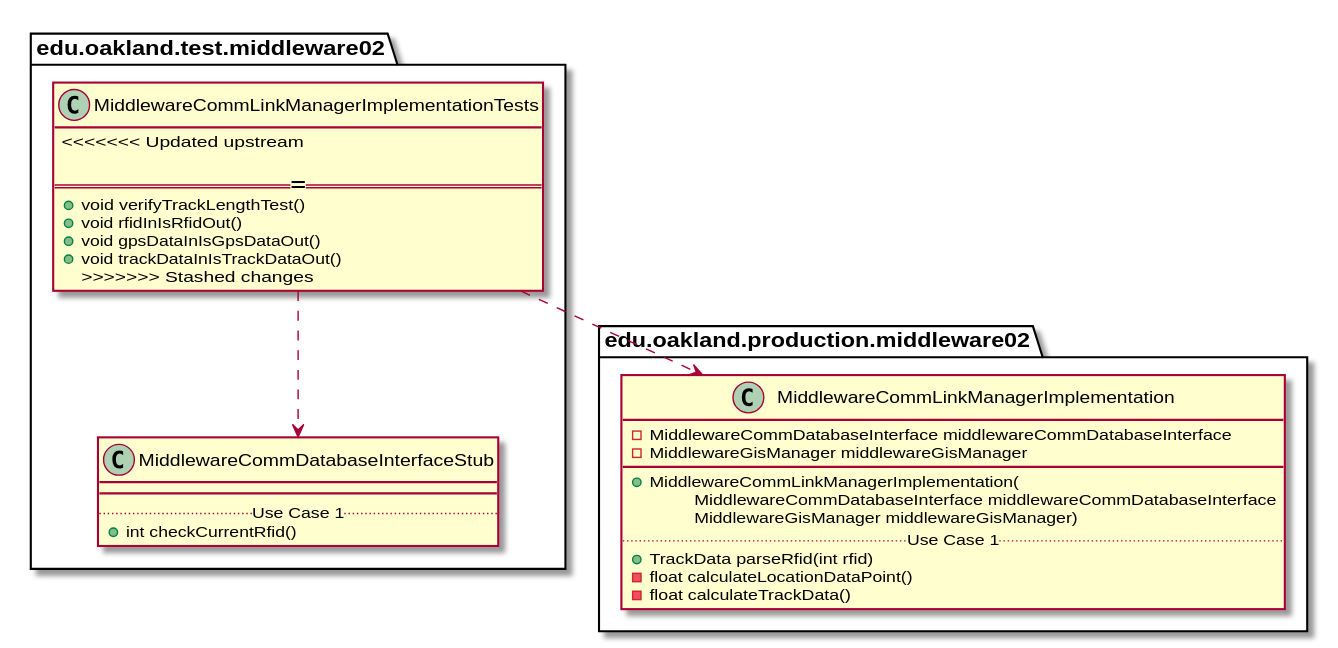
Earlier version of the PlantUML export docs/uml-class-diagrams/middleware02/test/MiddlewareCommLinkManagerImplementationTests/MiddlewareCommLinkManagerImplementationTests_DirectDependencies.svg (elilley15/csi-3370-software-project).
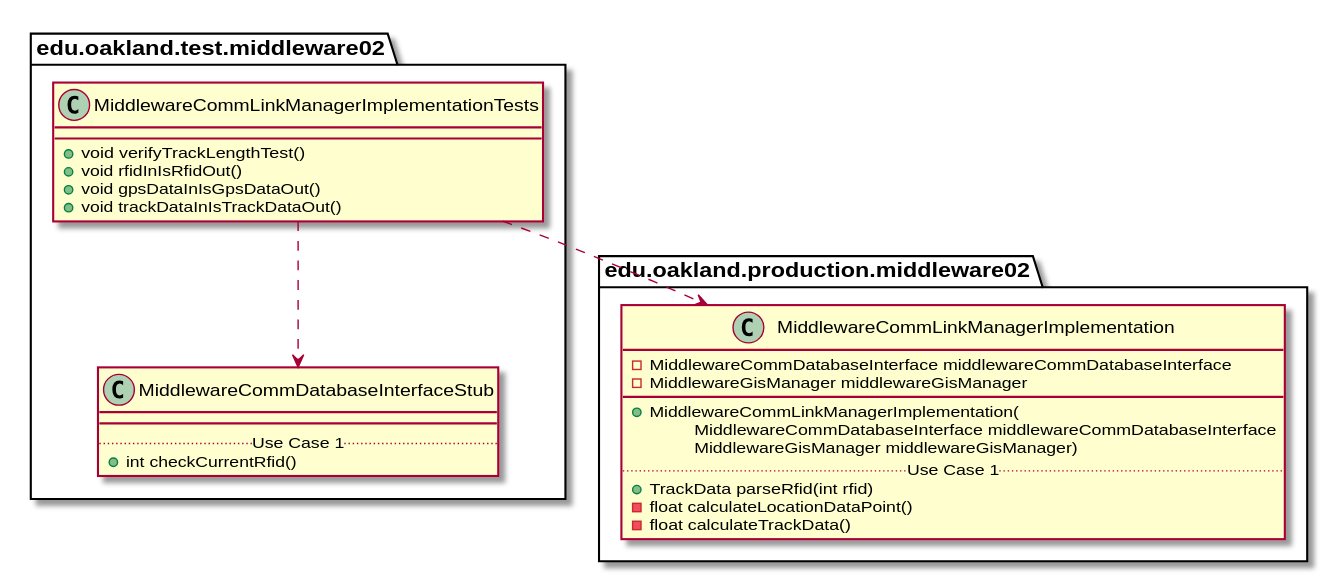
Later version of the same file.

Change to the diagram source:
```diff
@@ -3,14 +3,10 @@
 
 package edu.oakland.test.middleware02 {
     class MiddlewareCommLinkManagerImplementationTests {
-<<<<<<< Updated upstream
-
-=======
       + void verifyTrackLengthTest()
       + void rfidInIsRfidOut()
       + void gpsDataInIsGpsDataOut()
       + void trackDataInIsTrackDataOut()
->>>>>>> Stashed changes
     }
 }
 
```
